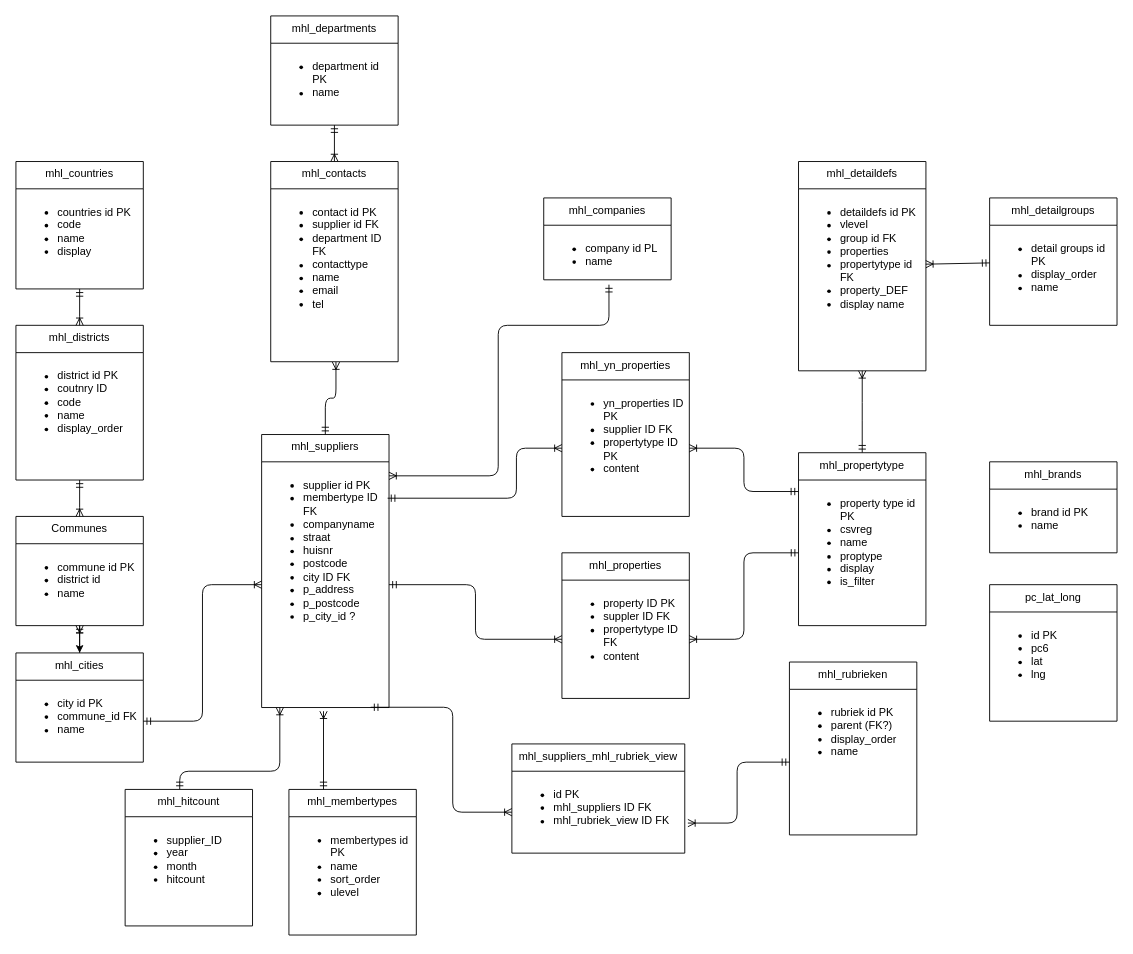
Before: relational-data-storage/opdracht-2/DS-opdracht-2a-v1.drawio in demi-kraus/educom-data-science, a draw.io diagram. Source tidied: cells renumbered, new cells numbered last; positions are measured from the earlier drawing's top-left corner, leaving out a move shared by most shapes. Both pictures are drawn from the tidied source at 91%, with x=0, y=0 at pixel (15, 15).
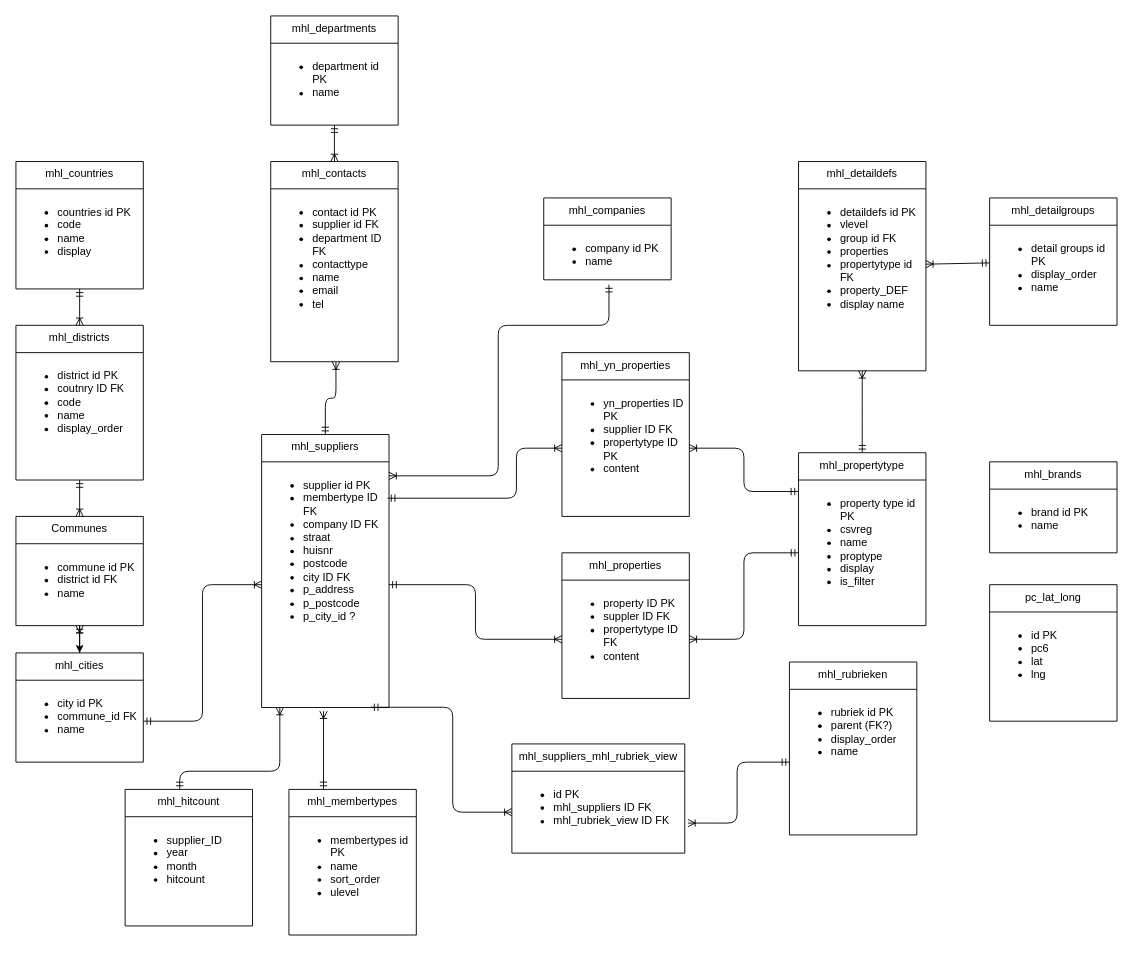
The same page after the edit.

The change refers to these unchanged cells:
```xml
<mxCell id="7" value="Communes" style="swimlane;fontStyle=0;horizontal=1;startSize=30;whiteSpace=wrap;html=1;verticalAlign=top;" parent="1" vertex="1">
  <mxGeometry y="550" width="140" height="120" as="geometry" />
</mxCell>
<mxCell id="9" value="mhl_companies" style="swimlane;fontStyle=0;horizontal=1;startSize=30;whiteSpace=wrap;html=1;verticalAlign=top;" parent="1" vertex="1">
  <mxGeometry x="580" y="200" width="140" height="90" as="geometry" />
</mxCell>
<mxCell id="24" value="mhl_districts" style="swimlane;fontStyle=0;horizontal=1;startSize=30;whiteSpace=wrap;html=1;verticalAlign=top;" parent="1" vertex="1">
  <mxGeometry y="340" width="140" height="170" as="geometry" />
</mxCell>
<mxCell id="38" value="mhl_suppliers" style="swimlane;fontStyle=0;horizontal=1;startSize=30;whiteSpace=wrap;html=1;verticalAlign=top;" parent="1" vertex="1">
  <mxGeometry x="270" y="460" width="140" height="300" as="geometry" />
</mxCell>
```

Change to the diagram source:
```diff
@@
-    <mxCell id="8" value="&lt;ul&gt;&lt;li&gt;commune id PK&lt;/li&gt;&lt;li&gt;district id&lt;/li&gt;&lt;li&gt;name&lt;/li&gt;&lt;/ul&gt;" style="text;strokeColor=none;fillColor=none;align=left;verticalAlign=top;spacingLeft=4;spacingRight=4;overflow=hidden;points=[[0,0.5],[1,0.5]];portConstraint=eastwest;whiteSpace=wrap;html=1;" parent="7" vertex="1">
+    <mxCell id="8" value="&lt;ul&gt;&lt;li&gt;commune id PK&lt;/li&gt;&lt;li&gt;district id FK&lt;/li&gt;&lt;li&gt;name&lt;/li&gt;&lt;/ul&gt;" style="text;strokeColor=none;fillColor=none;align=left;verticalAlign=top;spacingLeft=4;spacingRight=4;overflow=hidden;points=[[0,0.5],[1,0.5]];portConstraint=eastwest;whiteSpace=wrap;html=1;" parent="7" vertex="1">
       <mxGeometry y="30" width="140" height="90" as="geometry" />
     </mxCell>
@@
-    <mxCell id="10" value="&lt;ul&gt;&lt;li&gt;company id PL&lt;/li&gt;&lt;li&gt;name&lt;/li&gt;&lt;/ul&gt;" style="text;strokeColor=none;fillColor=none;align=left;verticalAlign=top;spacingLeft=4;spacingRight=4;overflow=hidden;points=[[0,0.5],[1,0.5]];portConstraint=eastwest;whiteSpace=wrap;html=1;" parent="9" vertex="1">
+    <mxCell id="10" value="&lt;ul&gt;&lt;li&gt;company id PK&lt;/li&gt;&lt;li&gt;name&lt;/li&gt;&lt;/ul&gt;" style="text;strokeColor=none;fillColor=none;align=left;verticalAlign=top;spacingLeft=4;spacingRight=4;overflow=hidden;points=[[0,0.5],[1,0.5]];portConstraint=eastwest;whiteSpace=wrap;html=1;" parent="9" vertex="1">
       <mxGeometry y="30" width="140" height="60" as="geometry" />
     </mxCell>
@@
-    <mxCell id="25" value="&lt;ul&gt;&lt;li&gt;district id PK&lt;/li&gt;&lt;li&gt;coutnry ID&lt;/li&gt;&lt;li&gt;code&lt;/li&gt;&lt;li&gt;name&lt;/li&gt;&lt;li&gt;display_order&lt;/li&gt;&lt;/ul&gt;" style="text;strokeColor=none;fillColor=none;align=left;verticalAlign=top;spacingLeft=4;spacingRight=4;overflow=hidden;points=[[0,0.5],[1,0.5]];portConstraint=eastwest;whiteSpace=wrap;html=1;" parent="24" vertex="1">
+    <mxCell id="25" value="&lt;ul&gt;&lt;li&gt;district id PK&lt;/li&gt;&lt;li&gt;coutnry ID FK&lt;/li&gt;&lt;li&gt;code&lt;/li&gt;&lt;li&gt;name&lt;/li&gt;&lt;li&gt;display_order&lt;/li&gt;&lt;/ul&gt;" style="text;strokeColor=none;fillColor=none;align=left;verticalAlign=top;spacingLeft=4;spacingRight=4;overflow=hidden;points=[[0,0.5],[1,0.5]];portConstraint=eastwest;whiteSpace=wrap;html=1;" parent="24" vertex="1">
       <mxGeometry y="30" width="140" height="140" as="geometry" />
     </mxCell>
@@
-    <mxCell id="39" value="&lt;ul&gt;&lt;li&gt;supplier id PK&lt;/li&gt;&lt;li&gt;membertype ID FK&lt;/li&gt;&lt;li&gt;companyname&lt;/li&gt;&lt;li&gt;straat&lt;/li&gt;&lt;li&gt;huisnr&lt;/li&gt;&lt;li&gt;postcode&lt;/li&gt;&lt;li&gt;city ID FK&lt;/li&gt;&lt;li&gt;p_address&lt;/li&gt;&lt;li&gt;p_postcode&lt;/li&gt;&lt;li&gt;p_city_id ?&lt;/li&gt;&lt;/ul&gt;" style="text;strokeColor=none;fillColor=none;align=left;verticalAlign=top;spacingLeft=4;spacingRight=4;overflow=hidden;points=[[0,0.5],[1,0.5]];portConstraint=eastwest;whiteSpace=wrap;html=1;" parent="38" vertex="1">
+    <mxCell id="39" value="&lt;ul&gt;&lt;li&gt;supplier id PK&lt;/li&gt;&lt;li&gt;membertype ID FK&lt;/li&gt;&lt;li&gt;company ID FK&lt;/li&gt;&lt;li&gt;straat&lt;/li&gt;&lt;li&gt;huisnr&lt;/li&gt;&lt;li&gt;postcode&lt;/li&gt;&lt;li&gt;city ID FK&lt;/li&gt;&lt;li&gt;p_address&lt;/li&gt;&lt;li&gt;p_postcode&lt;/li&gt;&lt;li&gt;p_city_id ?&lt;/li&gt;&lt;/ul&gt;" style="text;strokeColor=none;fillColor=none;align=left;verticalAlign=top;spacingLeft=4;spacingRight=4;overflow=hidden;points=[[0,0.5],[1,0.5]];portConstraint=eastwest;whiteSpace=wrap;html=1;" parent="38" vertex="1">
       <mxGeometry y="30" width="140" height="270" as="geometry" />
     </mxCell>
```
